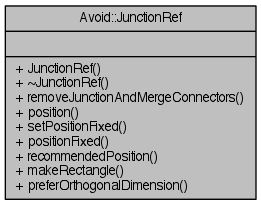
The Graphviz diagram documentation/classAvoid_1_1JunctionRef__coll__graph.png in mjwybrow/adaptagrams, before a commit. Its source is kept beside it as documentation/classAvoid_1_1JunctionRef__coll__graph.dot. The source it was exported from:
```dot
digraph "Avoid::JunctionRef"
{
  edge [fontname="Helvetica",fontsize="10",labelfontname="Helvetica",labelfontsize="10"];
  node [fontname="Helvetica",fontsize="10",shape=record];
  Node1 [label="{Avoid::JunctionRef\n||+ JunctionRef()\l+ ~JunctionRef()\l+ removeJunctionAndMergeConnectors()\l+ position()\l+ setPositionFixed()\l+ positionFixed()\l+ recommendedPosition()\l+ makeRectangle()\l+ preferOrthogonalDimension()\l}",height=0.2,width=0.4,color="black", fillcolor="grey75", style="filled" fontcolor="black"];
}
```
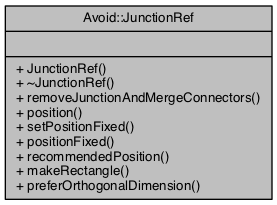
The same file after the commit.

Diff of the diagram source:
```diff
@@ -2,5 +2,5 @@
 {
   edge [fontname="Helvetica",fontsize="10",labelfontname="Helvetica",labelfontsize="10"];
   node [fontname="Helvetica",fontsize="10",shape=record];
-  Node1 [label="{Avoid::JunctionRef\n||+ JunctionRef()\l+ ~JunctionRef()\l+ removeJunctionAndMergeConnectors()\l+ position()\l+ setPositionFixed()\l+ positionFixed()\l+ recommendedPosition()\l+ makeRectangle()\l+ preferOrthogonalDimension()\l}",height=0.2,width=0.4,color="black", fillcolor="grey75", style="filled" fontcolor="black"];
+  Node1 [label="{Avoid::JunctionRef\n||+ JunctionRef()\l+ ~JunctionRef()\l+ removeJunctionAndMergeConnectors()\l+ position()\l+ setPositionFixed()\l+ positionFixed()\l+ recommendedPosition()\l+ makeRectangle()\l+ preferOrthogonalDimension()\l}",height=0.2,width=0.4,color="black", fillcolor="grey75", style="filled", fontcolor="black"];
 }
```
